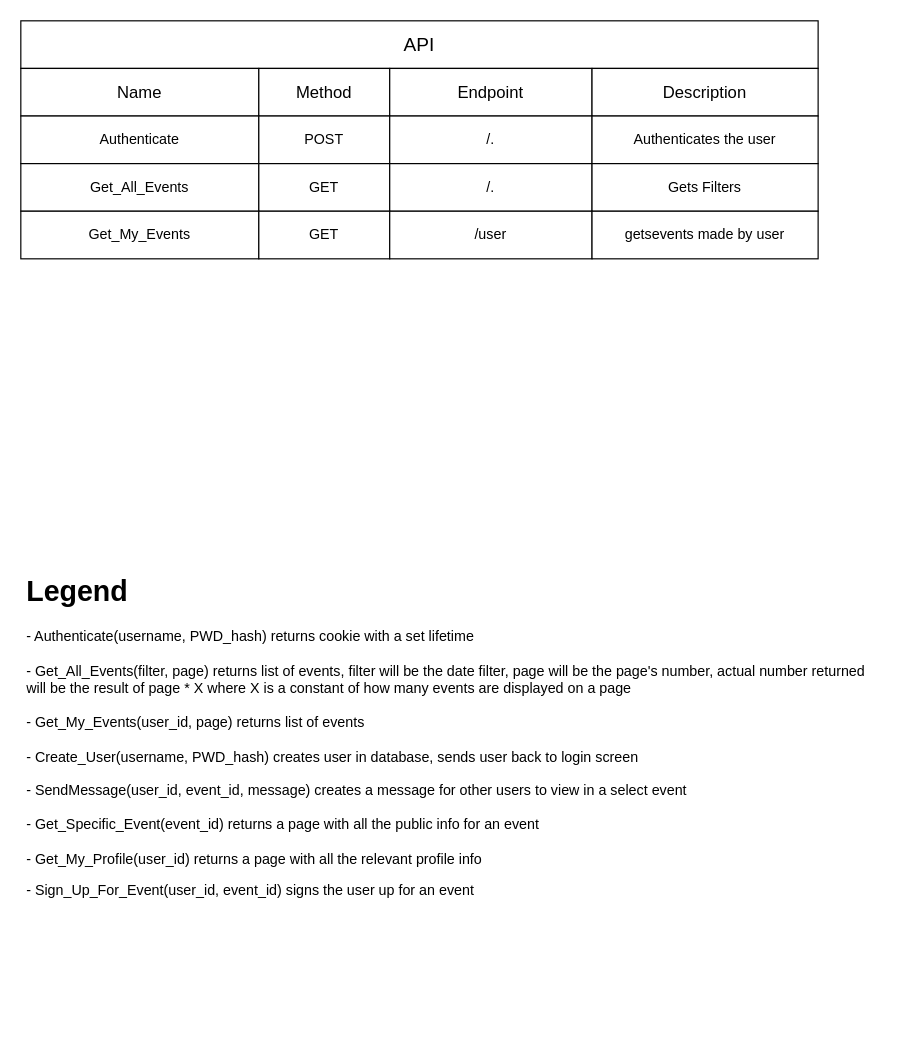
This is Navrh/Diagramy/Untitled Diagram.drawio from RatsAreNice/ITU-2023, a draw.io file, before an edit. Source tidied: cells renumbered, new cells numbered last; positions are measured from the earlier drawing's top-left corner, leaving out a move shared by most shapes. Both pictures are drawn from the tidied source at 119%, with x=0, y=0 at pixel (20, 20).
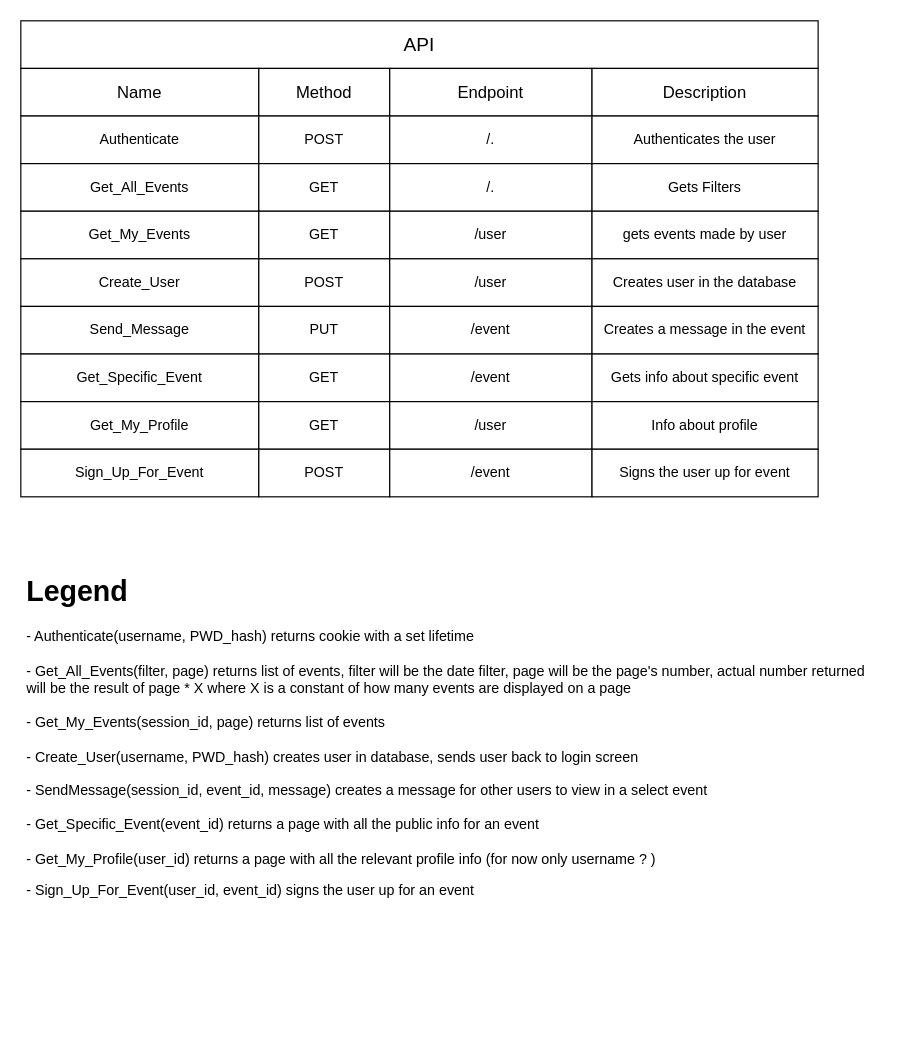
The same page after the edit.

Commit message:
Update to API chart

What changed in the source:
```diff
@@
-    <mxCell id="2" value="&lt;h1&gt;Legend&lt;/h1&gt;&lt;p&gt;- Authenticate(username, PWD_hash) returns cookie with a set lifetime&lt;br&gt;&lt;br&gt;- Get_All_Events(filter, page) returns list of events, filter will be the date filter, page will be the page's number, actual number returned will be the result of page * X where X is a constant of how many events are displayed on a page&lt;br&gt;&lt;br&gt;- Get_My_Events(user_id, page) returns list of events&lt;br&gt;&lt;br&gt;- Create_User(username, PWD_hash) creates user in database, sends user back to login screen&lt;br&gt;&lt;br&gt;- SendMessage(user_id, event_id, message) creates a message for other users to view in a select event&lt;br&gt;&lt;br&gt;- Get_Specific_Event(event_id) returns a page with all the public info for an event&lt;br&gt;&lt;br&gt;- Get_My_Profile(user_id) returns a page with all the relevant profile info&lt;/p&gt;&lt;p&gt;- Sign_Up_For_Event(user_id, event_id) signs the user up for an event&lt;br&gt;&lt;/p&gt;" style="text;html=1;strokeColor=none;fillColor=none;spacing=5;spacingTop=-20;whiteSpace=wrap;overflow=hidden;rounded=0;" parent="1" vertex="1">
+    <mxCell id="2" value="&lt;h1&gt;Legend&lt;/h1&gt;&lt;p&gt;- Authenticate(username, PWD_hash) returns cookie with a set lifetime&lt;br&gt;&lt;br&gt;- Get_All_Events(filter, page) returns list of events, filter will be the date filter, page will be the page's number, actual number returned will be the result of page * X where X is a constant of how many events are displayed on a page&lt;br&gt;&lt;br&gt;- Get_My_Events(session_id, page) returns list of events&lt;br&gt;&lt;br&gt;- Create_User(username, PWD_hash) creates user in database, sends user back to login screen&lt;br&gt;&lt;br&gt;- SendMessage(session_id, event_id, message) creates a message for other users to view in a select event&lt;br&gt;&lt;br&gt;- Get_Specific_Event(event_id) returns a page with all the public info for an event&lt;br&gt;&lt;br&gt;- Get_My_Profile(user_id) returns a page with all the relevant profile info (for now only username ? )&lt;br&gt;&lt;/p&gt;&lt;p&gt;- Sign_Up_For_Event(user_id, event_id) signs the user up for an event&lt;br&gt;&lt;/p&gt;" style="text;html=1;strokeColor=none;fillColor=none;spacing=5;spacingTop=-20;whiteSpace=wrap;overflow=hidden;rounded=0;" parent="1" vertex="1">
       <mxGeometry y="460" width="720" height="380" as="geometry" />
     </mxCell>
@@
-    <mxCell id="19" value="getsevents made by user" style="rounded=0;whiteSpace=wrap;html=1;" parent="1" vertex="1">
+    <mxCell id="19" value="gets events made by user" style="rounded=0;whiteSpace=wrap;html=1;" parent="1" vertex="1">
       <mxGeometry x="480" y="160" width="190" height="40" as="geometry" />
     </mxCell>
+    <mxCell id="20" value="Create_User" style="rounded=0;whiteSpace=wrap;html=1;" parent="1" vertex="1">
+      <mxGeometry y="200" width="200" height="40" as="geometry" />
+    </mxCell>
+    <mxCell id="21" value="POST" style="rounded=0;whiteSpace=wrap;html=1;" parent="1" vertex="1">
+      <mxGeometry x="200" y="200" width="110" height="40" as="geometry" />
+    </mxCell>
+    <mxCell id="22" value="/user" style="rounded=0;whiteSpace=wrap;html=1;" parent="1" vertex="1">
+      <mxGeometry x="310" y="200" width="170" height="40" as="geometry" />
+    </mxCell>
+    <mxCell id="23" value="Creates user in the database" style="rounded=0;whiteSpace=wrap;html=1;" parent="1" vertex="1">
+      <mxGeometry x="480" y="200" width="190" height="40" as="geometry" />
+    </mxCell>
+    <mxCell id="24" value="Send_Message" style="rounded=0;whiteSpace=wrap;html=1;" parent="1" vertex="1">
+      <mxGeometry y="240" width="200" height="40" as="geometry" />
+    </mxCell>
+    <mxCell id="25" value="PUT" style="rounded=0;whiteSpace=wrap;html=1;" parent="1" vertex="1">
+      <mxGeometry x="200" y="240" width="110" height="40" as="geometry" />
+    </mxCell>
+    <mxCell id="26" value="/event" style="rounded=0;whiteSpace=wrap;html=1;" parent="1" vertex="1">
+      <mxGeometry x="310" y="240" width="170" height="40" as="geometry" />
+    </mxCell>
+    <mxCell id="27" value="Creates a message in the event" style="rounded=0;whiteSpace=wrap;html=1;" parent="1" vertex="1">
+      <mxGeometry x="480" y="240" width="190" height="40" as="geometry" />
+    </mxCell>
+    <mxCell id="28" value="Get_Specific_Event" style="rounded=0;whiteSpace=wrap;html=1;" parent="1" vertex="1">
+      <mxGeometry y="280" width="200" height="40" as="geometry" />
+    </mxCell>
+    <mxCell id="29" value="GET" style="rounded=0;whiteSpace=wrap;html=1;" parent="1" vertex="1">
+      <mxGeometry x="200" y="280" width="110" height="40" as="geometry" />
+    </mxCell>
+    <mxCell id="30" value="/event" style="rounded=0;whiteSpace=wrap;html=1;" parent="1" vertex="1">
+      <mxGeometry x="310" y="280" width="170" height="40" as="geometry" />
+    </mxCell>
+    <mxCell id="31" value="Gets info about specific event" style="rounded=0;whiteSpace=wrap;html=1;" parent="1" vertex="1">
+      <mxGeometry x="480" y="280" width="190" height="40" as="geometry" />
+    </mxCell>
+    <mxCell id="32" value="Get_My_Profile" style="rounded=0;whiteSpace=wrap;html=1;" parent="1" vertex="1">
+      <mxGeometry y="320" width="200" height="40" as="geometry" />
+    </mxCell>
+    <mxCell id="33" value="GET" style="rounded=0;whiteSpace=wrap;html=1;" parent="1" vertex="1">
+      <mxGeometry x="200" y="320" width="110" height="40" as="geometry" />
+    </mxCell>
+    <mxCell id="34" value="/user" style="rounded=0;whiteSpace=wrap;html=1;" parent="1" vertex="1">
+      <mxGeometry x="310" y="320" width="170" height="40" as="geometry" />
+    </mxCell>
+    <mxCell id="35" value="Info about profile" style="rounded=0;whiteSpace=wrap;html=1;" parent="1" vertex="1">
+      <mxGeometry x="480" y="320" width="190" height="40" as="geometry" />
+    </mxCell>
+    <mxCell id="36" value="Sign_Up_For_Event" style="rounded=0;whiteSpace=wrap;html=1;" parent="1" vertex="1">
+      <mxGeometry y="360" width="200" height="40" as="geometry" />
+    </mxCell>
+    <mxCell id="37" value="POST" style="rounded=0;whiteSpace=wrap;html=1;" parent="1" vertex="1">
+      <mxGeometry x="200" y="360" width="110" height="40" as="geometry" />
+    </mxCell>
+    <mxCell id="38" value="/event" style="rounded=0;whiteSpace=wrap;html=1;" parent="1" vertex="1">
+      <mxGeometry x="310" y="360" width="170" height="40" as="geometry" />
+    </mxCell>
+    <mxCell id="39" value="Signs the user up for event" style="rounded=0;whiteSpace=wrap;html=1;" parent="1" vertex="1">
+      <mxGeometry x="480" y="360" width="190" height="40" as="geometry" />
+    </mxCell>
```
